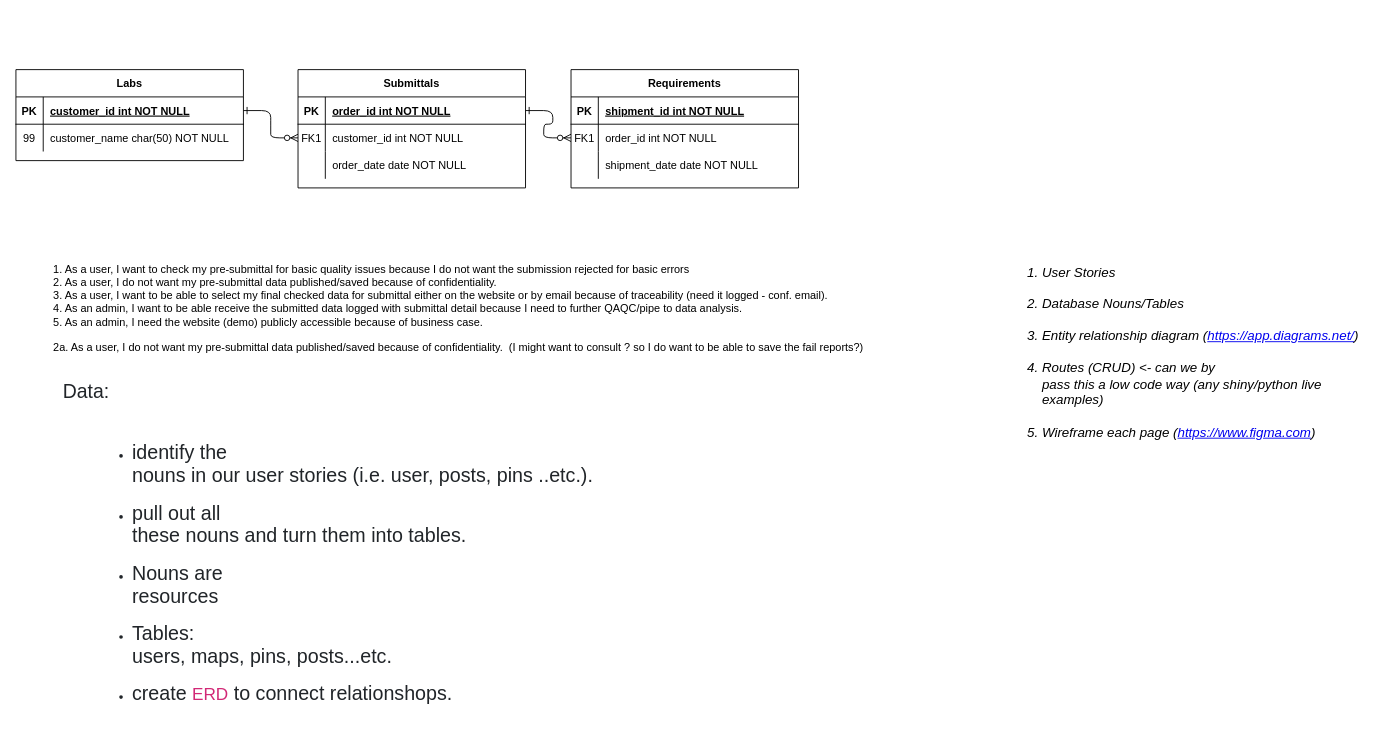
This is Untitled Diagram.drawio from jjyh/check, a draw.io file, before an edit. Source tidied: cells renumbered, new cells numbered last; positions are measured from the earlier drawing's top-left corner, leaving out a move shared by most shapes. Both pictures are drawn from the tidied source at 91%, with x=0, y=0 at pixel (15, 69).
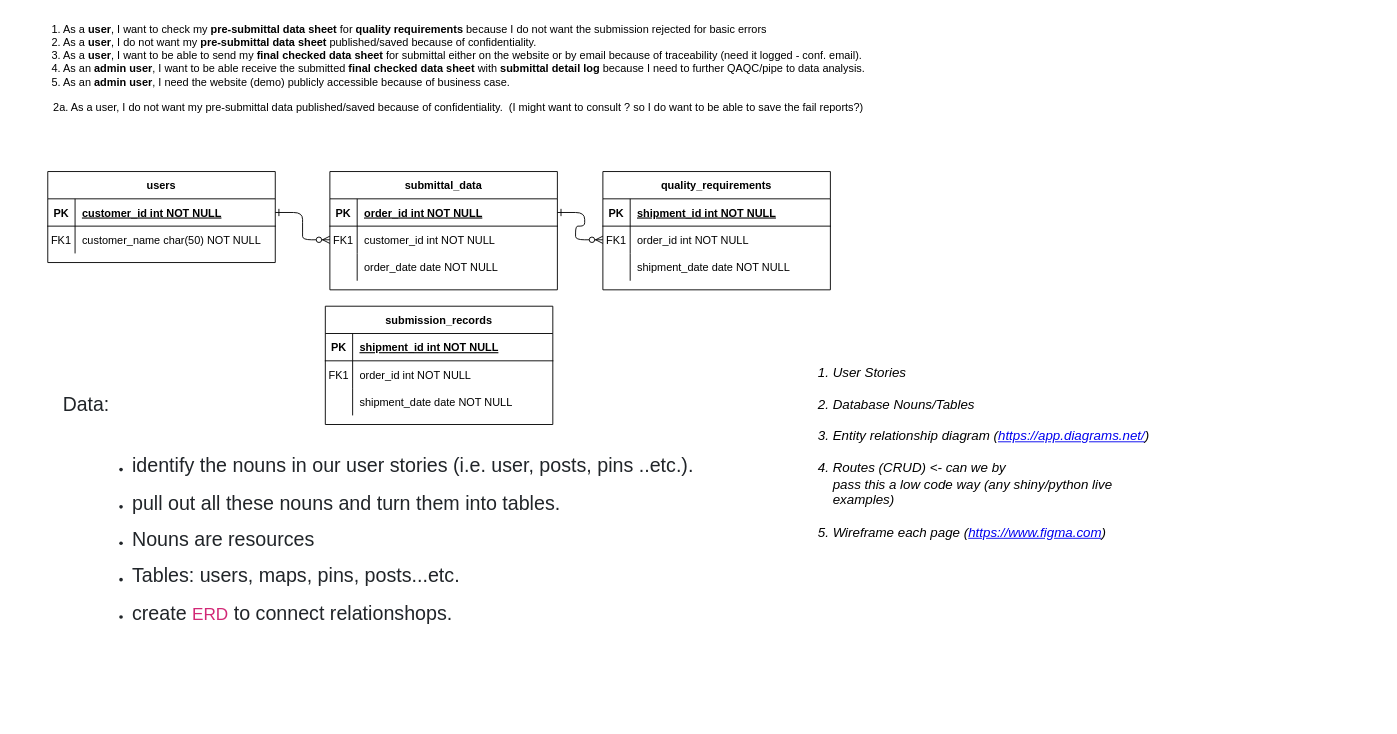
Above is the later version.

Commit message:
tables for mvp by features stories

The change refers to these unchanged cells:
```xml
<mxCell id="28" style="shape=partialRectangle;fillColor=none;top=0;left=0;right=0;bottom=0;" parent="24" vertex="1">
  <mxGeometry y="60" width="250" height="30" as="geometry" />
</mxCell>
```

What changed in the source:
```diff
@@
-    <mxCell id="4" value="Submittals" style="shape=table;startSize=30;childLayout=tableLayout;rowLines=0;fontStyle=1;align=center;" parent="1" vertex="1">
-      <mxGeometry x="310" width="250" height="130" as="geometry" />
+    <mxCell id="4" value="submittal_data" style="shape=table;startSize=30;childLayout=tableLayout;rowLines=0;fontStyle=1;align=center;" parent="1" vertex="1">
+      <mxGeometry x="345" y="112" width="250" height="130" as="geometry" />
     </mxCell>
@@
-    <mxCell id="14" value="Requirements" style="shape=table;startSize=30;childLayout=tableLayout;rowLines=0;fontStyle=1;align=center;" parent="1" vertex="1">
-      <mxGeometry x="610" width="250" height="130" as="geometry" />
+    <mxCell id="14" value="quality_requirements" style="shape=table;startSize=30;childLayout=tableLayout;rowLines=0;fontStyle=1;align=center;" parent="1" vertex="1">
+      <mxGeometry x="645" y="112" width="250" height="130" as="geometry" />
     </mxCell>
@@
-    <mxCell id="24" value="Labs" style="shape=table;startSize=30;childLayout=tableLayout;rowLines=0;fontStyle=1;align=center;" parent="1" vertex="1">
-      <mxGeometry width="250" height="100" as="geometry" />
+    <mxCell id="24" value="users" style="shape=table;startSize=30;childLayout=tableLayout;rowLines=0;fontStyle=1;align=center;" parent="1" vertex="1">
+      <mxGeometry x="35" y="112" width="250" height="100" as="geometry" />
     </mxCell>
@@
-    <mxCell id="29" value="99" style="shape=partialRectangle;overflow=hidden;fillColor=none;top=0;left=0;bottom=0;right=0;" parent="28" vertex="1">
+    <mxCell id="29" value="FK1" style="shape=partialRectangle;overflow=hidden;fillColor=none;top=0;left=0;bottom=0;right=0;" parent="28" vertex="1">
       <mxGeometry width="30" height="30" as="geometry" />
     </mxCell>
@@
     <mxCell id="31" value="&lt;ol type=&quot;1&quot; style=&quot;margin-left: 0.375in; direction: ltr; unicode-bidi: embed; margin-top: 0in; margin-bottom: 0in; font-family: Calibri; font-size: 11pt; font-weight: normal;&quot;&gt;&#10; &lt;li value=&quot;1&quot; style=&quot;margin-top:0;margin-bottom:0;vertical-align:middle&quot;&gt;&lt;span style=&quot;font-weight: normal; font-family: Calibri; font-size: 11pt;&quot;&gt;User Stories&lt;/span&gt;&lt;/li&gt;&#10; &lt;li style=&quot;margin-top:0;margin-bottom:0;vertical-align:middle&quot;&gt;&lt;span style=&quot;font-family:Calibri;font-size:11.0pt&quot;&gt;Database Nouns/Tables&lt;/span&gt;&lt;/li&gt;&#10; &lt;li style=&quot;margin-top:0;margin-bottom:0;vertical-align:middle&quot;&gt;&lt;span style=&quot;font-family:Calibri;font-size:11.0pt&quot;&gt;Entity relationship diagram (&lt;/span&gt;&lt;a href=&quot;https://app.diagrams.net/&quot;&gt;&lt;span style=&quot;font-family:Calibri;&#10;     font-size:11.0pt&quot;&gt;https://app.diagrams.net/&lt;/span&gt;&lt;/a&gt;&lt;span style=&quot;font-family:Calibri;font-size:11.0pt&quot;&gt;)&lt;/span&gt;&lt;/li&gt;&#10; &lt;li style=&quot;margin-top:0;margin-bottom:0;vertical-align:middle&quot;&gt;&lt;span style=&quot;font-family:Calibri;font-size:11.0pt&quot;&gt;Routes (CRUD) &amp;lt;- can we by&#10;     pass this a low code way (any shiny/python live examples)&lt;/span&gt;&lt;/li&gt;&#10; &lt;li style=&quot;margin-top:0;margin-bottom:0;vertical-align:middle&quot;&gt;&lt;span style=&quot;font-family:Calibri;font-size:11.0pt&quot;&gt;Wireframe each page (&lt;/span&gt;&lt;a href=&quot;https://www.figma.com&quot;&gt;&lt;span style=&quot;font-family:Calibri;font-size:&#10;     11.0pt&quot;&gt;https://www.figma.com&lt;/span&gt;&lt;/a&gt;&lt;span style=&quot;font-family:Calibri;&#10;     font-size:11.0pt&quot;&gt;)&lt;/span&gt;&lt;/li&gt;&#10;&lt;/ol&gt;" style="text;whiteSpace=wrap;html=1;fontStyle=2;" parent="1" vertex="1">
-      <mxGeometry x="1050" y="190" width="450" height="250" as="geometry" />
+      <mxGeometry x="820" y="300" width="450" height="250" as="geometry" />
     </mxCell>
-    <mxCell id="32" value="&lt;p style=&quot;margin:0in;font-family:Calibri;font-size:16.0pt;color:#212529&quot;&gt;&lt;span style=&quot;background:white&quot;&gt;Data:&lt;/span&gt;&lt;/p&gt;&lt;br&gt;&lt;br&gt;&lt;ul type=&quot;disc&quot; style=&quot;margin-left:.375in;direction:ltr;unicode-bidi:embed;&lt;br/&gt; margin-top:0in;margin-bottom:0in&quot;&gt; &lt;li style=&quot;margin-top:0;margin-bottom:0;vertical-align:middle;color:#212529&quot;&gt;&lt;span style=&quot;font-family:Calibri;font-size:16.2pt;background:white&quot;&gt;identify the&lt;br&gt;     nouns in our user stories (i.e. user, posts, pins ..etc.).&lt;/span&gt;&lt;/li&gt;&lt;br&gt; &lt;li style=&quot;margin-top:0;margin-bottom:0;vertical-align:middle;color:#212529&quot;&gt;&lt;span style=&quot;font-family:Calibri;font-size:16.2pt;background:white&quot;&gt;pull out all&lt;br&gt;     these nouns and turn them into tables.&lt;/span&gt;&lt;/li&gt;&lt;br&gt; &lt;li style=&quot;margin-top:0;margin-bottom:0;vertical-align:middle;color:#212529&quot;&gt;&lt;span style=&quot;font-family:Calibri;font-size:16.2pt;background:white&quot;&gt;Nouns are&lt;br&gt;     resources&lt;/span&gt;&lt;/li&gt;&lt;br&gt; &lt;li style=&quot;margin-top:0;margin-bottom:0;vertical-align:middle;color:#212529&quot;&gt;&lt;span style=&quot;font-family:Calibri;font-size:16.2pt;background:white&quot;&gt;Tables:&lt;br&gt;     users, maps, pins, posts...etc.&lt;/span&gt;&lt;/li&gt;&lt;br&gt; &lt;li style=&quot;margin-top:0;margin-bottom:0;vertical-align:middle;color:#212529&quot;&gt;&lt;span style=&quot;font-family:Calibri;font-size:16.2pt;color:#212529;background:white&quot;&gt;create&amp;nbsp;&lt;/span&gt;&lt;span style=&quot;font-family:Calibri;font-size:14.15pt;color:#D22876;background:&lt;br/&gt;     white&quot;&gt;ERD&lt;/span&gt;&lt;span style=&quot;font-family:Calibri;font-size:16.2pt;&lt;br/&gt;     color:#212529;background:white&quot;&gt;&amp;nbsp;to connect relationshops.&lt;/span&gt;&lt;/li&gt;&lt;br&gt;&lt;/ul&gt;" style="text;whiteSpace=wrap;html=1;" parent="1" vertex="1">
-      <mxGeometry x="50" y="335" width="800" height="180" as="geometry" />
+    <mxCell id="32" value="&lt;p style=&quot;margin:0in;font-family:Calibri;font-size:16.0pt;color:#212529&quot;&gt;&lt;span style=&quot;background:white&quot;&gt;Data:&lt;/span&gt;&lt;/p&gt;&lt;br&gt;&lt;br&gt;&lt;ul type=&quot;disc&quot; style=&quot;margin-left:.375in;direction:ltr;unicode-bidi:embed;&lt;br/&gt; margin-top:0in;margin-bottom:0in&quot;&gt; &lt;li style=&quot;margin-top:0;margin-bottom:0;vertical-align:middle;color:#212529&quot;&gt;&lt;span style=&quot;font-family:Calibri;font-size:16.2pt;background:white&quot;&gt;identify the&amp;nbsp;nouns in our user stories (i.e. user, posts, pins ..etc.).&lt;/span&gt;&lt;/li&gt;&lt;br&gt; &lt;li style=&quot;margin-top:0;margin-bottom:0;vertical-align:middle;color:#212529&quot;&gt;&lt;span style=&quot;font-family:Calibri;font-size:16.2pt;background:white&quot;&gt;pull out all&amp;nbsp;these nouns and turn them into tables.&lt;/span&gt;&lt;/li&gt;&lt;br&gt; &lt;li style=&quot;margin-top:0;margin-bottom:0;vertical-align:middle;color:#212529&quot;&gt;&lt;span style=&quot;font-family:Calibri;font-size:16.2pt;background:white&quot;&gt;Nouns are&amp;nbsp;resources&lt;/span&gt;&lt;/li&gt;&lt;br&gt; &lt;li style=&quot;margin-top:0;margin-bottom:0;vertical-align:middle;color:#212529&quot;&gt;&lt;span style=&quot;font-family:Calibri;font-size:16.2pt;background:white&quot;&gt;Tables:&amp;nbsp;users, maps, pins, posts...etc.&lt;/span&gt;&lt;/li&gt;&lt;br&gt; &lt;li style=&quot;margin-top:0;margin-bottom:0;vertical-align:middle;color:#212529&quot;&gt;&lt;span style=&quot;font-family:Calibri;font-size:16.2pt;color:#212529;background:white&quot;&gt;create&amp;nbsp;&lt;/span&gt;&lt;span style=&quot;font-family:Calibri;font-size:14.15pt;color:#D22876;background:&lt;br/&gt;     white&quot;&gt;ERD&lt;/span&gt;&lt;span style=&quot;font-family:Calibri;font-size:16.2pt;&lt;br/&gt;     color:#212529;background:white&quot;&gt;&amp;nbsp;to connect relationshops.&lt;/span&gt;&lt;/li&gt;&lt;br&gt;&lt;/ul&gt;" style="text;whiteSpace=wrap;html=1;" parent="1" vertex="1">
+      <mxGeometry x="50" y="350" width="800" height="180" as="geometry" />
     </mxCell>
-    <mxCell id="33" value="&lt;div style=&quot;text-align: left;&quot;&gt;&lt;span style=&quot;background-color: initial;&quot;&gt;1. As a user, I want to check my pre-submittal for basic quality issues because I do not want the submission rejected for basic errors&lt;/span&gt;&lt;/div&gt;&lt;span style=&quot;background-color: initial;&quot;&gt;&lt;div style=&quot;text-align: left;&quot;&gt;&lt;span style=&quot;background-color: initial;&quot;&gt;2. As a user, I do not want my pre-submittal data published/saved because of confidentiality.&amp;nbsp;&amp;nbsp;&lt;/span&gt;&lt;/div&gt;&lt;/span&gt;&lt;div style=&quot;text-align: left;&quot;&gt;3. As a user, I want to be able to select my final checked data for submittal either on the website or by email because of traceability (need it logged - conf. email).&lt;/div&gt;&lt;div style=&quot;text-align: left;&quot;&gt;4. As an admin, I want to be able receive the submitted data logged with submittal detail because I need to further QAQC/pipe to data analysis.&lt;/div&gt;&lt;div style=&quot;text-align: left;&quot;&gt;5. As an admin, I need the website (demo) publicly accessible because of business case.&lt;/div&gt;&lt;div style=&quot;text-align: left;&quot;&gt;&lt;br&gt;&lt;/div&gt;2a. As a user, I do not want my pre-submittal data published/saved because of confidentiality.&amp;nbsp; (I might want to consult ? so I do want to be able to save the fail reports?)&lt;div style=&quot;text-align: left;&quot;&gt;&amp;nbsp;&lt;/div&gt;" style="text;html=1;align=center;verticalAlign=middle;strokeColor=none;fillColor=none;" parent="1" vertex="1">
-      <mxGeometry x="31" y="205" width="910" height="130" as="geometry" />
+    <mxCell id="33" value="&lt;div style=&quot;text-align: left;&quot;&gt;&lt;span style=&quot;background-color: initial;&quot;&gt;1. As a &lt;b&gt;user&lt;/b&gt;, I want to check my &lt;b&gt;pre-submittal data sheet&lt;/b&gt; for&lt;b&gt;&amp;nbsp;quality requirements&amp;nbsp;&lt;/b&gt;because I do not want the submission rejected for basic errors&lt;/span&gt;&lt;/div&gt;&lt;span style=&quot;background-color: initial;&quot;&gt;&lt;div style=&quot;text-align: left;&quot;&gt;&lt;span style=&quot;background-color: initial;&quot;&gt;2. As a &lt;b&gt;user&lt;/b&gt;, I do not want my &lt;b&gt;pre-submittal data sheet &lt;/b&gt;published/saved because of confidentiality.&amp;nbsp;&amp;nbsp;&lt;/span&gt;&lt;/div&gt;&lt;/span&gt;&lt;div style=&quot;text-align: left;&quot;&gt;3. As a &lt;b&gt;user&lt;/b&gt;, I want to be able to send my &lt;b&gt;final checked data sheet&lt;/b&gt; for submittal either on the website or by email because of traceability (need it logged - conf. email).&lt;/div&gt;&lt;div style=&quot;text-align: left;&quot;&gt;4. As an &lt;b&gt;admin user&lt;/b&gt;, I want to be able receive the submitted&amp;nbsp;&lt;b style=&quot;border-color: var(--border-color);&quot;&gt;final checked data sheet&lt;/b&gt;&amp;nbsp;with &lt;b&gt;submittal detail log &lt;/b&gt;because I need to further QAQC/pipe to data analysis.&lt;/div&gt;&lt;div style=&quot;text-align: left;&quot;&gt;5. As an &lt;b&gt;admin user&lt;/b&gt;, I need the website (demo) publicly accessible because of business case.&lt;/div&gt;&lt;div style=&quot;text-align: left;&quot;&gt;&lt;br&gt;&lt;/div&gt;2a. As a user, I do not want my pre-submittal data published/saved because of confidentiality.&amp;nbsp; (I might want to consult ? so I do want to be able to save the fail reports?)&lt;div style=&quot;text-align: left;&quot;&gt;&amp;nbsp;&lt;/div&gt;" style="text;html=1;align=center;verticalAlign=middle;strokeColor=none;fillColor=none;" parent="1" vertex="1">
+      <mxGeometry x="26" y="-59" width="920" height="130" as="geometry" />
     </mxCell>
+    <mxCell id="34" value="submission_records" style="shape=table;startSize=30;childLayout=tableLayout;rowLines=0;fontStyle=1;align=center;" parent="1" vertex="1">
+      <mxGeometry x="340" y="260" width="250" height="130" as="geometry" />
+    </mxCell>
+    <mxCell id="35" style="shape=partialRectangle;fillColor=none;top=0;left=0;right=0;bottom=1;" parent="34" vertex="1">
+      <mxGeometry y="30" width="250" height="30" as="geometry" />
+    </mxCell>
+    <mxCell id="36" value="PK" style="shape=partialRectangle;overflow=hidden;fillColor=none;top=0;left=0;bottom=0;right=0;fontStyle=1;" parent="35" vertex="1">
+      <mxGeometry width="30" height="30" as="geometry" />
+    </mxCell>
+    <mxCell id="37" value="shipment_id int NOT NULL " style="shape=partialRectangle;overflow=hidden;fillColor=none;top=0;left=0;bottom=0;right=0;align=left;spacingLeft=6;fontStyle=5;" parent="35" vertex="1">
+      <mxGeometry x="30" width="220" height="30" as="geometry" />
+    </mxCell>
+    <mxCell id="38" style="shape=partialRectangle;fillColor=none;top=0;left=0;right=0;bottom=0;" parent="34" vertex="1">
+      <mxGeometry y="60" width="250" height="30" as="geometry" />
+    </mxCell>
+    <mxCell id="39" value="FK1" style="shape=partialRectangle;overflow=hidden;fillColor=none;top=0;left=0;bottom=0;right=0;" parent="38" vertex="1">
+      <mxGeometry width="30" height="30" as="geometry" />
+    </mxCell>
+    <mxCell id="40" value="order_id int NOT NULL" style="shape=partialRectangle;overflow=hidden;fillColor=none;top=0;left=0;bottom=0;right=0;align=left;spacingLeft=6;" parent="38" vertex="1">
+      <mxGeometry x="30" width="220" height="30" as="geometry" />
+    </mxCell>
+    <mxCell id="41" style="shape=partialRectangle;fillColor=none;top=0;left=0;right=0;bottom=0;" parent="34" vertex="1">
+      <mxGeometry y="90" width="250" height="30" as="geometry" />
+    </mxCell>
+    <mxCell id="42" style="shape=partialRectangle;overflow=hidden;fillColor=none;top=0;left=0;bottom=0;right=0;" parent="41" vertex="1">
+      <mxGeometry width="30" height="30" as="geometry" />
+    </mxCell>
+    <mxCell id="43" value="shipment_date date NOT NULL" style="shape=partialRectangle;overflow=hidden;fillColor=none;top=0;left=0;bottom=0;right=0;align=left;spacingLeft=6;" parent="41" vertex="1">
+      <mxGeometry x="30" width="220" height="30" as="geometry" />
+    </mxCell>
```
